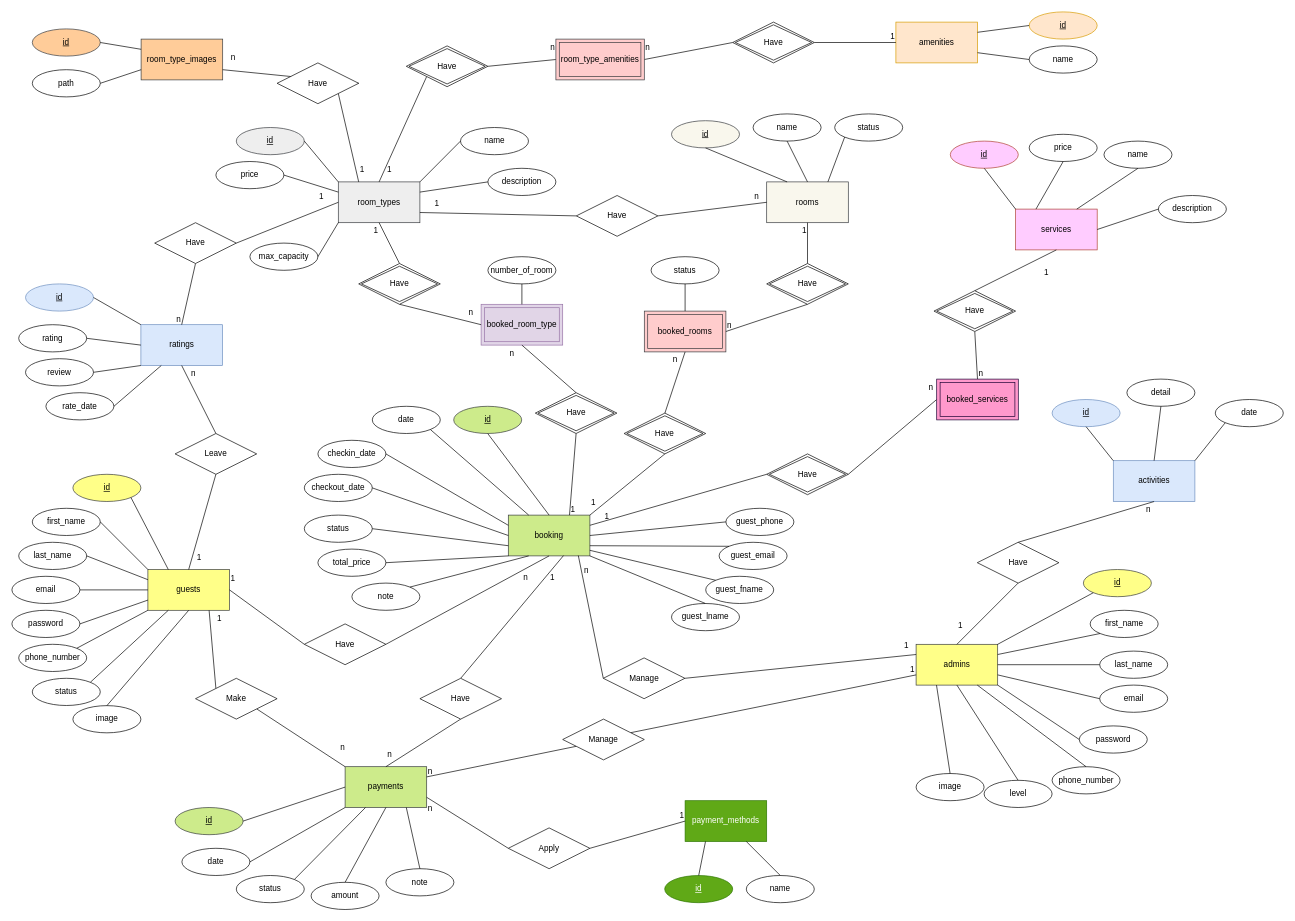
This is db_design/hotel_project2.drawio from tamgtasa2611/hotel_project2, a draw.io file, before an edit. Source tidied: cells renumbered, new cells numbered last; positions are measured from the earlier drawing's top-left corner, leaving out a move shared by most shapes. Both pictures are drawn from the tidied source at 68%, with x=0, y=0 at pixel (12, 12).
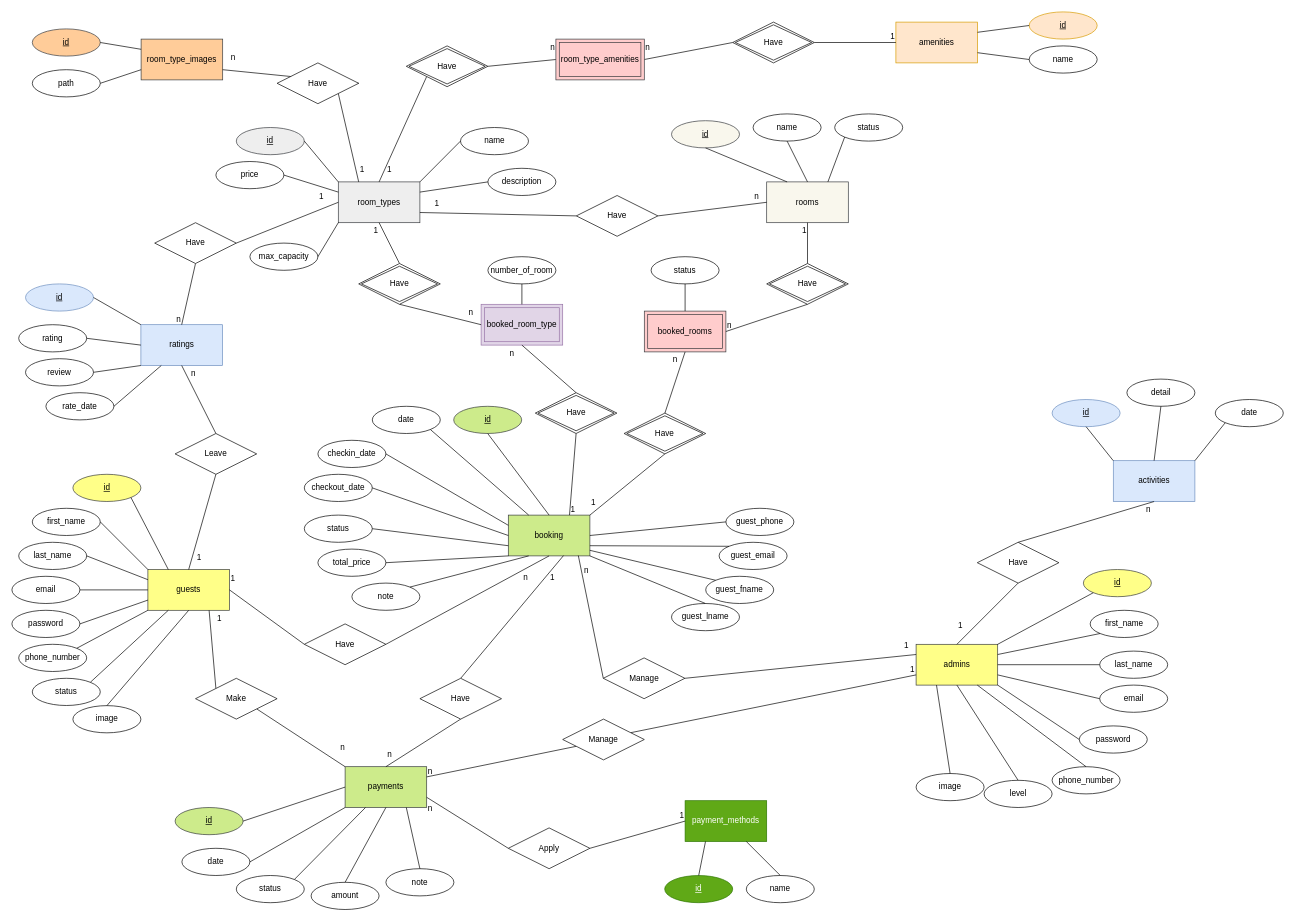
The same diagram, later.

Unchanged cells that the change refers to:
```xml
<mxCell id="7" value="booking" style="rounded=0;whiteSpace=wrap;html=1;fillColor=#cdeb8b;strokeColor=#36393d;" parent="1" vertex="1">
  <mxGeometry x="730" y="740" width="120" height="60" as="geometry" />
</mxCell>
```

Change to the diagram source:
```diff
@@
-    <mxCell id="161" value="services" style="rounded=0;whiteSpace=wrap;html=1;fillColor=#FFCCFF;strokeColor=#ae4132;" parent="1" vertex="1">
-      <mxGeometry x="1476" y="290" width="120" height="60" as="geometry" />
-    </mxCell>
-    <mxCell id="162" style="endArrow=none;html=1;rounded=0;exitX=1;exitY=0.5;exitDx=0;exitDy=0;entryX=0;entryY=0.5;entryDx=0;entryDy=0;" parent="1" edge="1" source="190" target="187">
-      <mxGeometry relative="1" as="geometry" />
-    </mxCell>
-    <mxCell id="163" value="n" style="html=1;whiteSpace=wrap;align=right;verticalAlign=bottom;" parent="162" vertex="1">
-      <mxGeometry x="1" relative="1" as="geometry">
-        <mxPoint x="-4" y="-10" as="offset" />
-      </mxGeometry>
-    </mxCell>
-    <mxCell id="164" style="endArrow=none;html=1;rounded=0;entryX=0;entryY=0.5;entryDx=0;entryDy=0;exitX=1;exitY=0.25;exitDx=0;exitDy=0;" parent="1" edge="1" source="7" target="190">
-      <mxGeometry relative="1" as="geometry" />
-    </mxCell>
-    <mxCell id="165" value="1" style="html=1;whiteSpace=wrap;align=left;verticalAlign=bottom;" parent="164" vertex="1">
-      <mxGeometry x="-1" relative="1" as="geometry">
-        <mxPoint x="20" y="-5" as="offset" />
-      </mxGeometry>
-    </mxCell>
-    <mxCell id="166" style="endArrow=none;html=1;rounded=0;exitX=0.5;exitY=0;exitDx=0;exitDy=0;entryX=0.5;entryY=1;entryDx=0;entryDy=0;" parent="1" edge="1" source="191" target="161">
-      <mxGeometry relative="1" as="geometry" />
-    </mxCell>
-    <mxCell id="167" value="1" style="html=1;whiteSpace=wrap;align=right;verticalAlign=bottom;" parent="166" vertex="1">
-      <mxGeometry x="1" relative="1" as="geometry">
-        <mxPoint x="-10" y="41" as="offset" />
-      </mxGeometry>
-    </mxCell>
-    <mxCell id="168" style="endArrow=none;html=1;rounded=0;exitX=0.5;exitY=0;exitDx=0;exitDy=0;entryX=0.5;entryY=1;entryDx=0;entryDy=0;" parent="1" edge="1" source="187" target="191">
-      <mxGeometry relative="1" as="geometry" />
-    </mxCell>
-    <mxCell id="169" value="n" style="html=1;whiteSpace=wrap;align=left;verticalAlign=bottom;" parent="168" vertex="1">
-      <mxGeometry x="-1" relative="1" as="geometry" />
-    </mxCell>
-    <mxCell id="170" value="&lt;u&gt;id&lt;/u&gt;" style="ellipse;whiteSpace=wrap;html=1;align=center;fillColor=#FFCCFF;strokeColor=#ae4132;" parent="1" vertex="1">
-      <mxGeometry x="1380" y="190" width="100" height="40" as="geometry" />
-    </mxCell>
-    <mxCell id="171" style="endArrow=none;html=1;rounded=0;exitX=0;exitY=0;exitDx=0;exitDy=0;entryX=0.5;entryY=1;entryDx=0;entryDy=0;" parent="1" edge="1" source="161" target="170">
-      <mxGeometry relative="1" as="geometry" />
-    </mxCell>
-    <mxCell id="172" value="name" style="ellipse;whiteSpace=wrap;html=1;align=center;" parent="1" vertex="1">
-      <mxGeometry x="1606" y="190" width="100" height="40" as="geometry" />
-    </mxCell>
-    <mxCell id="173" style="endArrow=none;html=1;rounded=0;entryX=0.75;entryY=0;entryDx=0;entryDy=0;exitX=0.5;exitY=1;exitDx=0;exitDy=0;" parent="1" edge="1" source="172" target="161">
-      <mxGeometry relative="1" as="geometry" />
-    </mxCell>
-    <mxCell id="174" value="description" style="ellipse;whiteSpace=wrap;html=1;align=center;" parent="1" vertex="1">
-      <mxGeometry x="1686" y="270" width="100" height="40" as="geometry" />
-    </mxCell>
-    <mxCell id="175" style="endArrow=none;html=1;rounded=0;entryX=1;entryY=0.5;entryDx=0;entryDy=0;exitX=0;exitY=0.5;exitDx=0;exitDy=0;" parent="1" edge="1" source="174" target="161">
-      <mxGeometry relative="1" as="geometry" />
-    </mxCell>
@@
-    <mxCell id="183" value="price" style="ellipse;whiteSpace=wrap;html=1;align=center;" parent="1" vertex="1">
-      <mxGeometry x="1496" y="180" width="100" height="40" as="geometry" />
-    </mxCell>
-    <mxCell id="184" style="endArrow=none;html=1;rounded=0;entryX=0.25;entryY=0;entryDx=0;entryDy=0;exitX=0.5;exitY=1;exitDx=0;exitDy=0;" parent="1" edge="1" source="183" target="161">
-      <mxGeometry relative="1" as="geometry" />
-    </mxCell>
@@
-    <mxCell id="187" value="booked_services" style="shape=ext;margin=3;double=1;whiteSpace=wrap;html=1;align=center;fillColor=#ff99cc;strokeColor=#190033;" parent="1" vertex="1">
-      <mxGeometry x="1360" y="540" width="120" height="60" as="geometry" />
-    </mxCell>
@@
-    <mxCell id="190" value="Have" style="shape=rhombus;double=1;perimeter=rhombusPerimeter;whiteSpace=wrap;html=1;align=center;" parent="1" vertex="1">
-      <mxGeometry x="1110" y="650" width="120" height="60" as="geometry" />
-    </mxCell>
-    <mxCell id="191" value="Have" style="shape=rhombus;double=1;perimeter=rhombusPerimeter;whiteSpace=wrap;html=1;align=center;" parent="1" vertex="1">
-      <mxGeometry x="1356" y="410" width="120" height="60" as="geometry" />
-    </mxCell>
@@
-    <mxCell id="216" style="edgeStyle=orthogonalEdgeStyle;rounded=0;orthogonalLoop=1;jettySize=auto;html=1;exitX=0.5;exitY=1;exitDx=0;exitDy=0;" parent="1" edge="1" source="183" target="183">
-      <mxGeometry relative="1" as="geometry" />
-    </mxCell>
```
